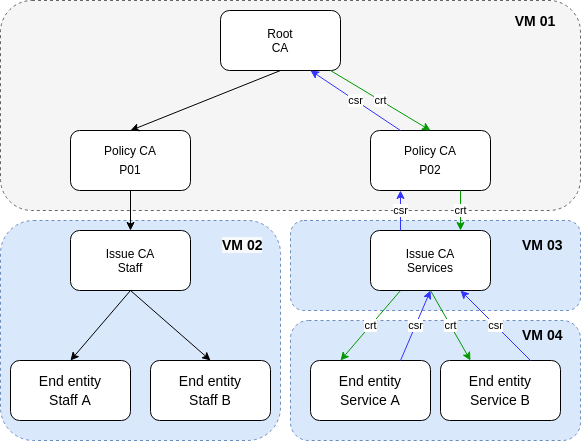
This is docs/pki-tree.png from OlafRadicke/play_pki_ca_with_ansible, a draw.io export, as it was before one commit. Source tidied: cells renumbered, new cells last; positions are measured from the earlier drawing's top-left corner, leaving out a move shared by most shapes.
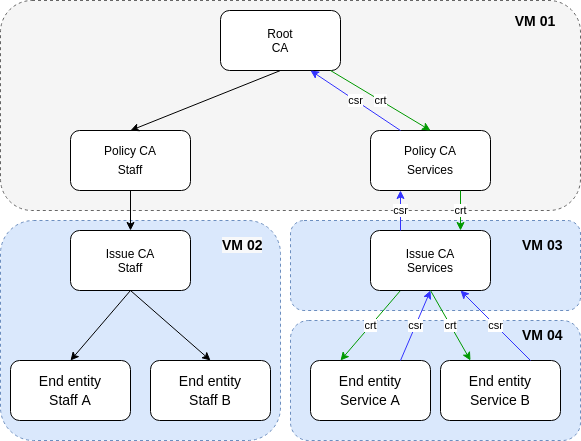
After the commit.

The edit, as a diff of the source:
```diff
@@ -17,10 +17,10 @@
     <mxCell id="6" value="Root&lt;br&gt;CA" style="rounded=1;whiteSpace=wrap;html=1;" parent="1" vertex="1">
       <mxGeometry x="220" y="10" width="120" height="60" as="geometry" />
     </mxCell>
-    <mxCell id="7" value="&lt;div style=&quot;line-height: 19px&quot;&gt;&lt;span style=&quot;background-color: rgb(255 , 255 , 255)&quot;&gt;Policy CA&lt;br&gt;P01&lt;/span&gt;&lt;/div&gt;" style="rounded=1;whiteSpace=wrap;html=1;" parent="1" vertex="1">
+    <mxCell id="7" value="&lt;div style=&quot;line-height: 19px&quot;&gt;&lt;span style=&quot;background-color: rgb(255 , 255 , 255)&quot;&gt;Policy CA&lt;br&gt;Staff&lt;/span&gt;&lt;/div&gt;" style="rounded=1;whiteSpace=wrap;html=1;" parent="1" vertex="1">
       <mxGeometry x="70" y="130" width="120" height="60" as="geometry" />
     </mxCell>
-    <mxCell id="8" value="&lt;div style=&quot;line-height: 19px&quot;&gt;&lt;span style=&quot;background-color: rgb(255 , 255 , 255)&quot;&gt;Policy CA&lt;br&gt;P02&lt;/span&gt;&lt;/div&gt;" style="rounded=1;whiteSpace=wrap;html=1;" parent="1" vertex="1">
+    <mxCell id="8" value="&lt;div style=&quot;line-height: 19px&quot;&gt;&lt;span style=&quot;background-color: rgb(255 , 255 , 255)&quot;&gt;Policy CA&lt;br&gt;Services&lt;/span&gt;&lt;/div&gt;" style="rounded=1;whiteSpace=wrap;html=1;" parent="1" vertex="1">
       <mxGeometry x="370" y="130" width="120" height="60" as="geometry" />
     </mxCell>
     <mxCell id="9" style="endArrow=classic;html=1;exitX=0.5;exitY=1;exitDx=0;exitDy=0;entryX=0.5;entryY=0;entryDx=0;entryDy=0;" parent="1" edge="1" source="6" target="7">
```
